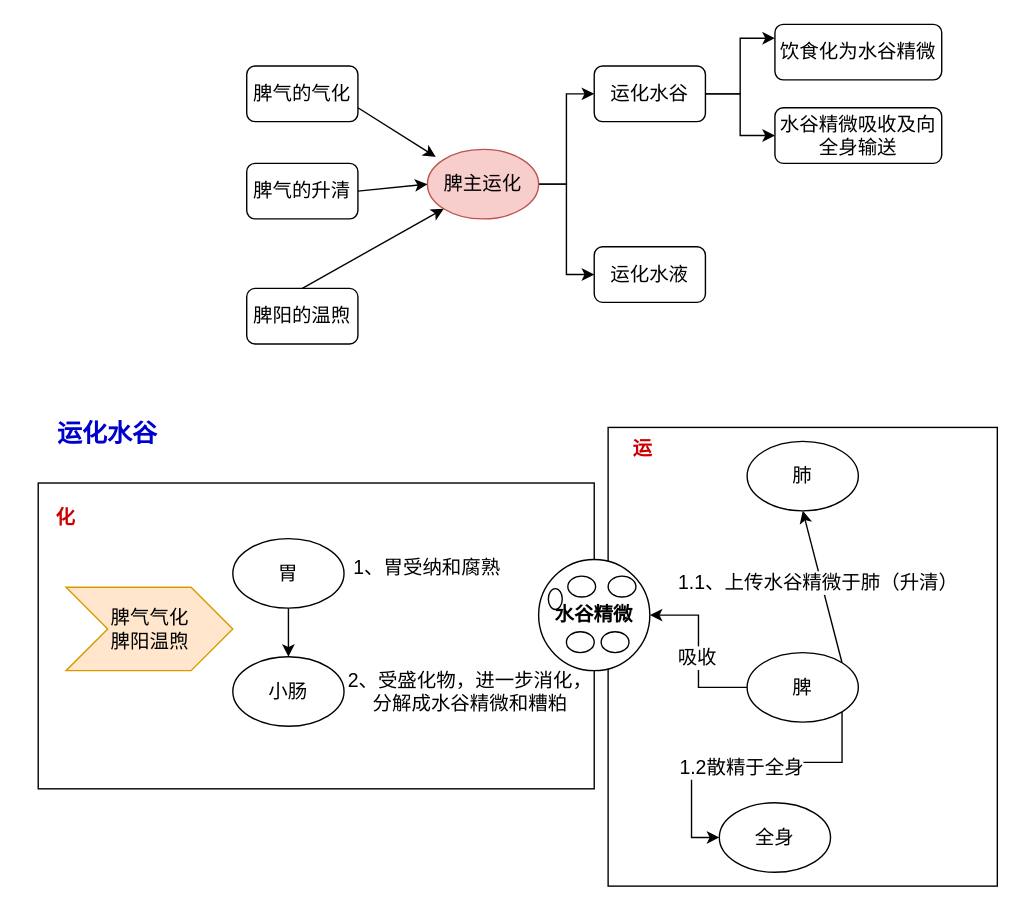
Above: 医门推敲叁/中医藏象学说/藏像学说之脾/脾的主要生理功能/001脾主运化.drawio in 328507133/chart (draw.io), before the change. Source tidied: cells renumbered, new cells numbered last; positions are measured from the earlier drawing's top-left corner, leaving out a move shared by most shapes. Both pictures are drawn from the tidied source at 139%, with x=0, y=0 at pixel (24, 24).
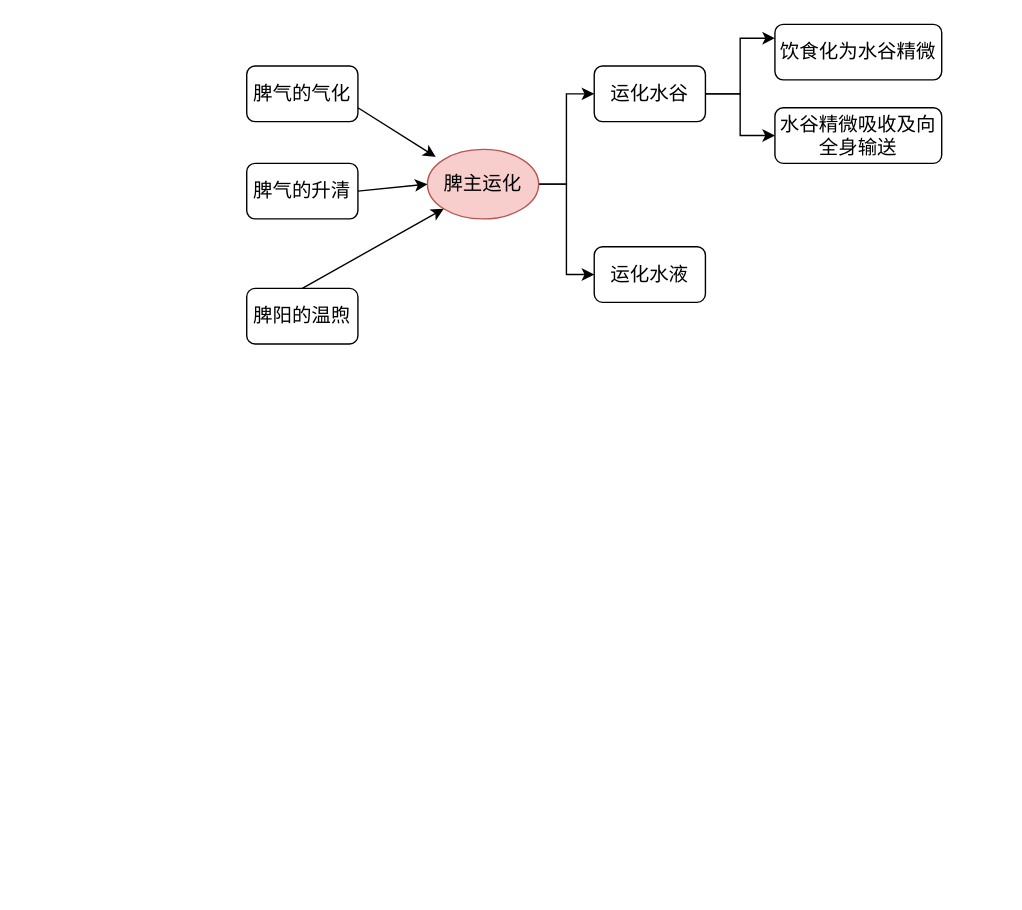
Above is the later version.

Commit message:
更新001脾主运化.drawio

Diff of the diagram source:
```diff
@@
-    <mxCell id="2" style="rounded=0;whiteSpace=wrap;html=1;" parent="1" vertex="1">
-      <mxGeometry x="420" y="290" width="280" height="330" as="geometry" />
-    </mxCell>
-    <mxCell id="3" style="edgeStyle=orthogonalEdgeStyle;rounded=0;jettySize=auto;html=1;exitX=0;exitY=0.5;exitDx=0;exitDy=0;" parent="1" edge="1" source="7" target="31">
-      <mxGeometry relative="1" as="geometry" />
-    </mxCell>
-    <mxCell id="4" value="吸收" style="edgeLabel;html=1;align=center;verticalAlign=middle;fontSize=14;" parent="3" vertex="1">
-      <mxGeometry x="-0.07" y="2" relative="1" as="geometry" />
-    </mxCell>
-    <mxCell id="5" style="edgeStyle=orthogonalEdgeStyle;rounded=0;jettySize=auto;html=1;exitX=1;exitY=1;exitDx=0;exitDy=0;entryX=0;entryY=0.5;entryDx=0;entryDy=0;" parent="1" edge="1" source="7" target="40">
-      <mxGeometry relative="1" as="geometry" />
-    </mxCell>
-    <mxCell id="6" value="1.2散精于全身" style="edgeLabel;html=1;align=center;verticalAlign=middle;fontSize=14;" parent="5" vertex="1">
-      <mxGeometry y="3" relative="1" as="geometry" />
-    </mxCell>
-    <mxCell id="7" value="脾" style="ellipse;whiteSpace=wrap;html=1;fontSize=14;" parent="1" vertex="1">
-      <mxGeometry x="520" y="452" width="80" height="50" as="geometry" />
-    </mxCell>
-    <mxCell id="8" style="rounded=0;whiteSpace=wrap;html=1;" parent="1" vertex="1">
-      <mxGeometry x="10" y="330" width="400" height="220" as="geometry" />
-    </mxCell>
-    <mxCell id="9" value="脾气气化&lt;br&gt;脾阳温煦" style="html=1;shadow=0;dashed=0;align=center;verticalAlign=middle;shape=mxgraph.arrows2.arrow;dy=0;dx=30;notch=30;fillColor=#ffe6cc;strokeColor=#d79b00;fontSize=14;" parent="1" vertex="1">
-      <mxGeometry x="30" y="405" width="120" height="60" as="geometry" />
-    </mxCell>
@@
-    <mxCell id="25" style="edgeStyle=orthogonalEdgeStyle;rounded=0;jettySize=auto;html=1;exitX=0.5;exitY=1;exitDx=0;exitDy=0;entryX=0.5;entryY=0;entryDx=0;entryDy=0;" parent="1" edge="1" source="26" target="27">
-      <mxGeometry relative="1" as="geometry" />
-    </mxCell>
-    <mxCell id="26" value="胃" style="ellipse;whiteSpace=wrap;html=1;fontSize=14;" parent="1" vertex="1">
-      <mxGeometry x="150" y="370" width="80" height="50" as="geometry" />
-    </mxCell>
-    <mxCell id="27" value="小肠" style="ellipse;whiteSpace=wrap;html=1;fontSize=14;" parent="1" vertex="1">
-      <mxGeometry x="150" y="455" width="80" height="50" as="geometry" />
-    </mxCell>
-    <mxCell id="28" value="1、胃受纳和腐熟" style="text;html=1;strokeColor=none;fillColor=none;align=center;verticalAlign=middle;whiteSpace=wrap;rounded=0;fontSize=14;" parent="1" vertex="1">
-      <mxGeometry x="230" y="376" width="120" height="30" as="geometry" />
-    </mxCell>
-    <mxCell id="29" value="2、受盛化物，进一步消化，分解成水谷精微和糟粕" style="text;html=1;strokeColor=none;fillColor=none;align=center;verticalAlign=middle;whiteSpace=wrap;rounded=0;fontSize=14;" parent="1" vertex="1">
-      <mxGeometry x="231" y="467.5" width="180" height="25" as="geometry" />
-    </mxCell>
-    <mxCell id="30" value="化" style="text;html=1;strokeColor=none;fillColor=none;align=center;verticalAlign=middle;whiteSpace=wrap;rounded=0;fontSize=14;fontColor=#CC0000;fontStyle=1;" parent="1" vertex="1">
-      <mxGeometry y="340" width="60" height="30" as="geometry" />
-    </mxCell>
-    <mxCell id="31" value="&lt;font style=&quot;font-size: 14px;&quot;&gt;&lt;b&gt;水谷精微&lt;/b&gt;&lt;/font&gt;" style="ellipse;whiteSpace=wrap;html=1;" parent="1" vertex="1">
-      <mxGeometry x="370" y="385" width="80" height="80" as="geometry" />
-    </mxCell>
-    <mxCell id="32" style="ellipse;whiteSpace=wrap;html=1;" parent="1" vertex="1">
-      <mxGeometry x="391" y="397" width="20" height="15" as="geometry" />
-    </mxCell>
-    <mxCell id="33" style="ellipse;whiteSpace=wrap;html=1;" parent="1" vertex="1">
-      <mxGeometry x="420" y="397" width="20" height="15" as="geometry" />
-    </mxCell>
-    <mxCell id="34" style="ellipse;whiteSpace=wrap;html=1;" parent="1" vertex="1">
-      <mxGeometry x="390" y="437" width="20" height="15" as="geometry" />
-    </mxCell>
-    <mxCell id="35" style="ellipse;whiteSpace=wrap;html=1;" parent="1" vertex="1">
-      <mxGeometry x="377" y="406" width="10" height="15" as="geometry" />
-    </mxCell>
-    <mxCell id="36" style="ellipse;whiteSpace=wrap;html=1;" parent="1" vertex="1">
-      <mxGeometry x="415" y="437" width="20" height="15" as="geometry" />
-    </mxCell>
-    <mxCell id="37" value="肺" style="ellipse;whiteSpace=wrap;html=1;fontSize=14;" parent="1" vertex="1">
-      <mxGeometry x="520" y="300" width="80" height="50" as="geometry" />
-    </mxCell>
-    <mxCell id="38" style="endArrow=classic;html=1;rounded=0;entryX=0.5;entryY=1;entryDx=0;entryDy=0;exitX=1;exitY=0;exitDx=0;exitDy=0;" parent="1" edge="1" source="7" target="37">
-      <mxGeometry relative="1" as="geometry" />
-    </mxCell>
-    <mxCell id="39" value="1.1、上传水谷精微于肺（升清）" style="edgeLabel;html=1;align=center;verticalAlign=middle;fontSize=14;" parent="38" vertex="1">
-      <mxGeometry x="0.08" y="3" relative="1" as="geometry" />
-    </mxCell>
-    <mxCell id="40" value="全身" style="ellipse;whiteSpace=wrap;html=1;fontSize=14;" parent="1" vertex="1">
-      <mxGeometry x="500" y="560" width="80" height="50" as="geometry" />
-    </mxCell>
-    <mxCell id="41" value="运" style="text;html=1;strokeColor=none;fillColor=none;align=center;verticalAlign=middle;whiteSpace=wrap;rounded=0;fontSize=14;fontColor=#CC0000;fontStyle=1;" parent="1" vertex="1">
-      <mxGeometry x="415" y="290" width="60" height="30" as="geometry" />
-    </mxCell>
-    <mxCell id="42" value="运化水谷" style="text;html=1;strokeColor=none;fillColor=none;align=center;verticalAlign=middle;whiteSpace=wrap;rounded=0;fontSize=18;fontStyle=1;fontColor=#0000CC;" parent="1" vertex="1">
-      <mxGeometry x="10" y="280" width="100" height="30" as="geometry" />
-    </mxCell>
```
